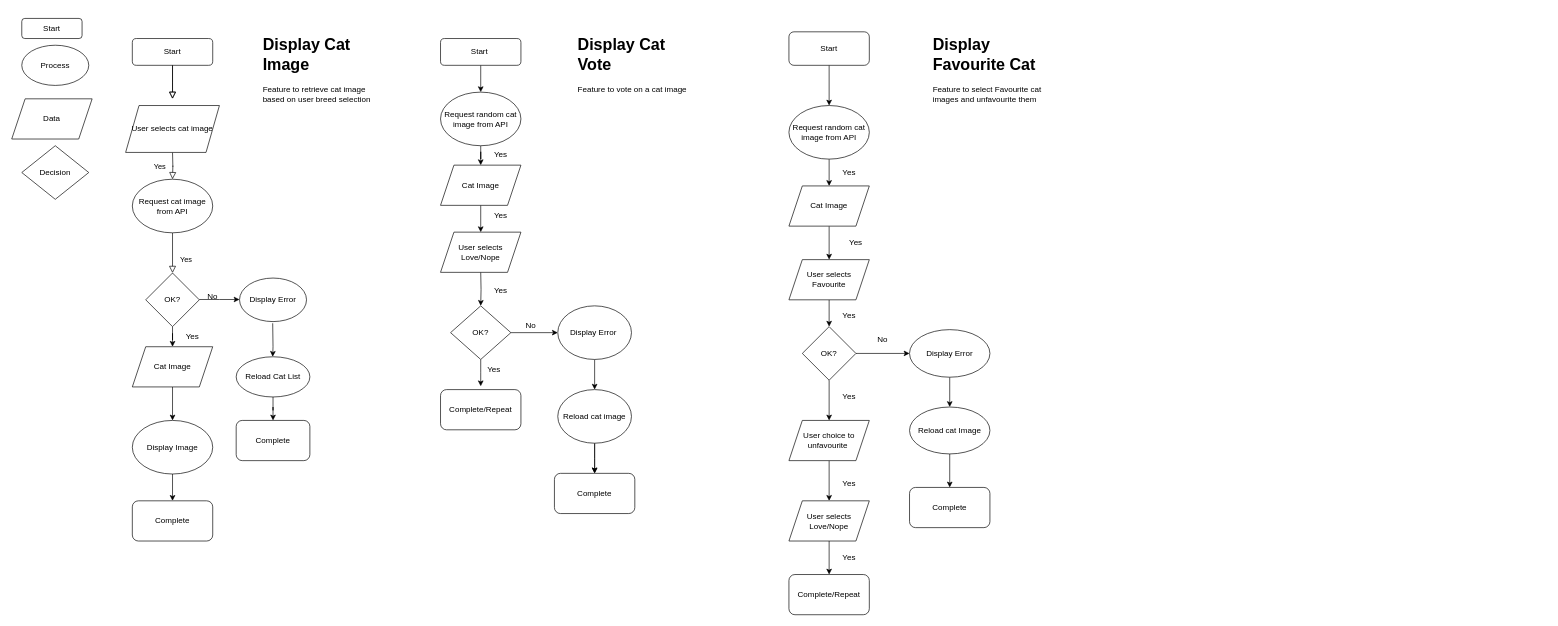
Earlier version of the draw.io diagram Untitled Diagram.drawio (RachChil/Cat). Source tidied: cells renumbered, new cells numbered last; positions are measured from the earlier drawing's top-left corner, leaving out a move shared by most shapes. Both pictures are drawn from the tidied source at 67%, with x=0, y=0 at pixel (11, 18).
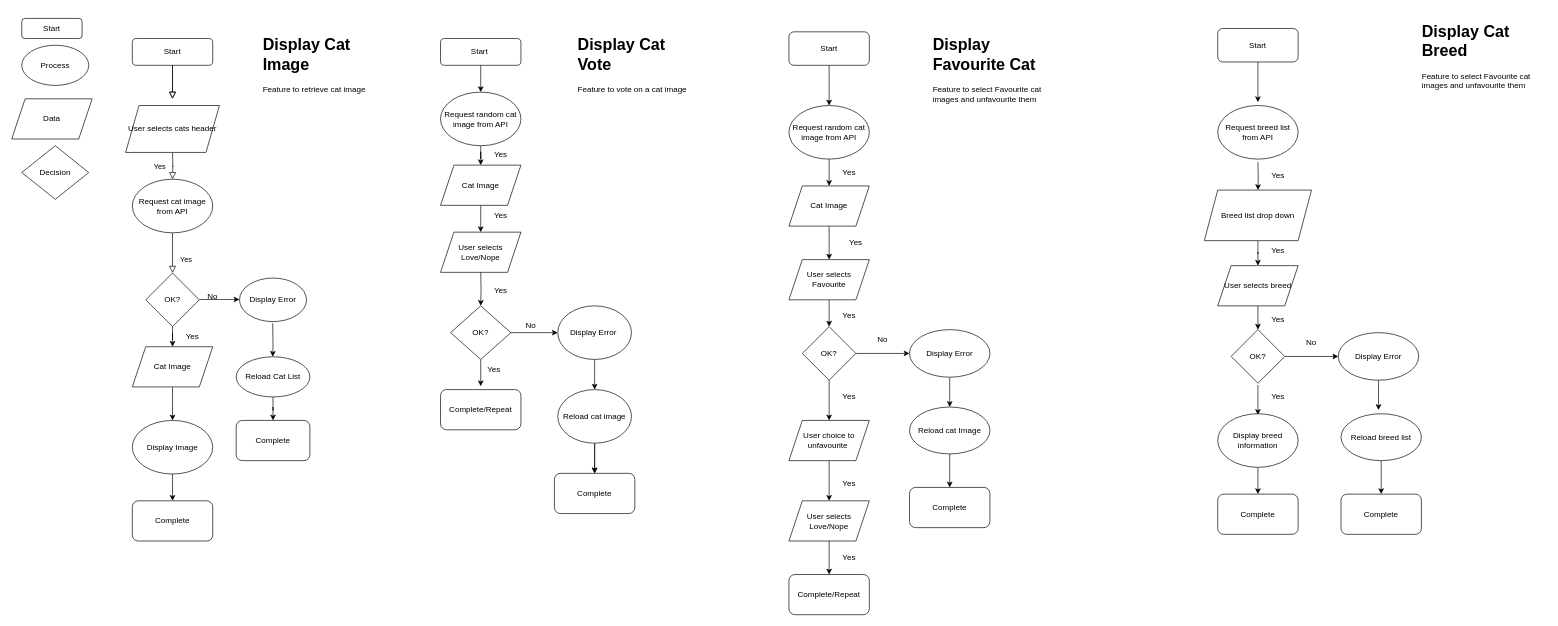
The same page after the edit.

Commit message:
Update breed list Untitled Diagram.drawio

Diff of the diagram source:
```diff
@@
-    <mxCell id="10" value="User selects cat image" style="shape=parallelogram;perimeter=parallelogramPerimeter;whiteSpace=wrap;html=1;fixedSize=1;" parent="1" vertex="1">
+    <mxCell id="10" value="User selects cats header" style="shape=parallelogram;perimeter=parallelogramPerimeter;whiteSpace=wrap;html=1;fixedSize=1;" parent="1" vertex="1">
       <mxGeometry x="170" y="130" width="140" height="70" as="geometry" />
     </mxCell>
@@
-    <mxCell id="27" value="&lt;h1&gt;Display Cat Image&lt;/h1&gt;&lt;div&gt;Feature to retrieve cat image based on user breed selection&lt;/div&gt;" style="text;html=1;strokeColor=none;fillColor=none;spacing=5;spacingTop=-20;whiteSpace=wrap;overflow=hidden;rounded=0;" parent="1" vertex="1">
+    <mxCell id="27" value="&lt;h1&gt;Display Cat Image&lt;/h1&gt;&lt;div&gt;Feature to retrieve cat image&amp;nbsp;&lt;/div&gt;" style="text;html=1;strokeColor=none;fillColor=none;spacing=5;spacingTop=-20;whiteSpace=wrap;overflow=hidden;rounded=0;" parent="1" vertex="1">
       <mxGeometry x="370" y="20" width="190" height="120" as="geometry" />
     </mxCell>
@@
+    <mxCell id="82" value="&lt;h1 style=&quot;border-color: var(--border-color);&quot;&gt;Display Cat Breed&amp;nbsp;&lt;/h1&gt;&lt;h1&gt;&lt;div style=&quot;border-color: var(--border-color); font-size: 12px; font-weight: 400;&quot;&gt;Feature to select Favourite cat images and unfavourite them&amp;nbsp;&lt;/div&gt;&lt;/h1&gt;" style="text;html=1;strokeColor=none;fillColor=none;spacing=5;spacingTop=-20;whiteSpace=wrap;overflow=hidden;rounded=0;" parent="1" vertex="1">
+      <mxGeometry x="2100" width="190" height="120" as="geometry" />
+    </mxCell>
+    <mxCell id="83" style="edgeStyle=orthogonalEdgeStyle;rounded=0;jettySize=auto;html=1;" parent="1" edge="1" source="84">
+      <mxGeometry relative="1" as="geometry">
+        <mxPoint x="1860" y="125" as="targetPoint" />
+      </mxGeometry>
+    </mxCell>
+    <mxCell id="84" value="Start" style="rounded=1;whiteSpace=wrap;html=1;" parent="1" vertex="1">
+      <mxGeometry x="1800" y="15" width="120" height="50" as="geometry" />
+    </mxCell>
+    <mxCell id="85" style="edgeStyle=orthogonalEdgeStyle;rounded=0;jettySize=auto;html=1;" parent="1" edge="1" source="86" target="88">
+      <mxGeometry relative="1" as="geometry" />
+    </mxCell>
+    <mxCell id="86" value="OK?" style="rhombus;whiteSpace=wrap;html=1;" parent="1" vertex="1">
+      <mxGeometry x="1820" y="464.5" width="80" height="80" as="geometry" />
+    </mxCell>
+    <mxCell id="87" style="edgeStyle=orthogonalEdgeStyle;rounded=0;jettySize=auto;html=1;" parent="1" edge="1" source="88">
+      <mxGeometry relative="1" as="geometry">
+        <mxPoint x="2040" y="584.5" as="targetPoint" />
+      </mxGeometry>
+    </mxCell>
+    <mxCell id="88" value="Display Error" style="ellipse;whiteSpace=wrap;html=1;" parent="1" vertex="1">
+      <mxGeometry x="1980" y="469" width="120" height="71" as="geometry" />
+    </mxCell>
+    <mxCell id="89" value="Yes" style="text;html=1;strokeColor=none;fillColor=none;align=center;verticalAlign=middle;whiteSpace=wrap;rounded=0;" parent="1" vertex="1">
+      <mxGeometry x="1860" y="550" width="60" height="30" as="geometry" />
+    </mxCell>
+    <mxCell id="90" value="No" style="text;html=1;strokeColor=none;fillColor=none;align=center;verticalAlign=middle;whiteSpace=wrap;rounded=0;" parent="1" vertex="1">
+      <mxGeometry x="1910" y="469" width="60" height="30" as="geometry" />
+    </mxCell>
+    <mxCell id="91" style="edgeStyle=orthogonalEdgeStyle;rounded=0;orthogonalLoop=1;jettySize=auto;html=1;" parent="1" edge="1">
+      <mxGeometry relative="1" as="geometry">
+        <mxPoint x="1860" y="547.2" as="sourcePoint" />
+        <mxPoint x="1860" y="591.8" as="targetPoint" />
+        <Array as="points">
+          <mxPoint x="1860" y="577.2" />
+          <mxPoint x="1860" y="577.2" />
+        </Array>
+      </mxGeometry>
+    </mxCell>
+    <mxCell id="92" style="edgeStyle=orthogonalEdgeStyle;rounded=0;jettySize=auto;html=1;" parent="1" edge="1" source="93" target="94">
+      <mxGeometry relative="1" as="geometry" />
+    </mxCell>
+    <mxCell id="93" value="Reload breed list" style="ellipse;whiteSpace=wrap;html=1;" parent="1" vertex="1">
+      <mxGeometry x="1984" y="590" width="120" height="70" as="geometry" />
+    </mxCell>
+    <mxCell id="94" value="Complete" style="rounded=1;whiteSpace=wrap;html=1;" parent="1" vertex="1">
+      <mxGeometry x="1984" y="710" width="120" height="60" as="geometry" />
+    </mxCell>
+    <mxCell id="95" style="edgeStyle=orthogonalEdgeStyle;rounded=0;jettySize=auto;html=1;" parent="1" edge="1" source="96" target="97">
+      <mxGeometry relative="1" as="geometry" />
+    </mxCell>
+    <mxCell id="96" value="Display breed information" style="ellipse;whiteSpace=wrap;html=1;" parent="1" vertex="1">
+      <mxGeometry x="1800" y="590" width="120" height="80" as="geometry" />
+    </mxCell>
+    <mxCell id="97" value="Complete" style="rounded=1;whiteSpace=wrap;html=1;" parent="1" vertex="1">
+      <mxGeometry x="1800" y="710" width="120" height="60" as="geometry" />
+    </mxCell>
+    <mxCell id="98" value="Request breed list from API" style="ellipse;whiteSpace=wrap;html=1;" parent="1" vertex="1">
+      <mxGeometry x="1800" y="130" width="120" height="80" as="geometry" />
+    </mxCell>
+    <mxCell id="99" style="edgeStyle=orthogonalEdgeStyle;rounded=0;jettySize=auto;html=1;" parent="1" edge="1" target="101">
+      <mxGeometry relative="1" as="geometry">
+        <mxPoint x="1860" y="214.5" as="sourcePoint" />
+      </mxGeometry>
+    </mxCell>
+    <mxCell id="100" style="edgeStyle=orthogonalEdgeStyle;rounded=0;jettySize=auto;html=1;" parent="1" edge="1" source="101" target="103">
+      <mxGeometry relative="1" as="geometry" />
+    </mxCell>
+    <mxCell id="101" value="Breed list drop down" style="shape=parallelogram;perimeter=parallelogramPerimeter;whiteSpace=wrap;html=1;fixedSize=1;" parent="1" vertex="1">
+      <mxGeometry x="1780" y="256.2" width="160" height="75.5" as="geometry" />
+    </mxCell>
+    <mxCell id="102" style="edgeStyle=orthogonalEdgeStyle;rounded=0;jettySize=auto;html=1;" parent="1" edge="1" source="103">
+      <mxGeometry relative="1" as="geometry">
+        <mxPoint x="1860" y="464.5" as="targetPoint" />
+      </mxGeometry>
+    </mxCell>
+    <mxCell id="103" value="User selects breed" style="shape=parallelogram;perimeter=parallelogramPerimeter;whiteSpace=wrap;html=1;fixedSize=1;" parent="1" vertex="1">
+      <mxGeometry x="1800" y="369" width="120" height="60" as="geometry" />
+    </mxCell>
+    <mxCell id="104" value="Yes" style="text;html=1;strokeColor=none;fillColor=none;align=center;verticalAlign=middle;whiteSpace=wrap;rounded=0;" parent="1" vertex="1">
+      <mxGeometry x="1860" y="219.5" width="60" height="30" as="geometry" />
+    </mxCell>
+    <mxCell id="105" value="Yes" style="text;html=1;strokeColor=none;fillColor=none;align=center;verticalAlign=middle;whiteSpace=wrap;rounded=0;" parent="1" vertex="1">
+      <mxGeometry x="1860" y="331.8" width="60" height="30" as="geometry" />
+    </mxCell>
+    <mxCell id="106" value="Yes" style="text;html=1;strokeColor=none;fillColor=none;align=center;verticalAlign=middle;whiteSpace=wrap;rounded=0;" parent="1" vertex="1">
+      <mxGeometry x="1860" y="433.5" width="60" height="30" as="geometry" />
+    </mxCell>
```
